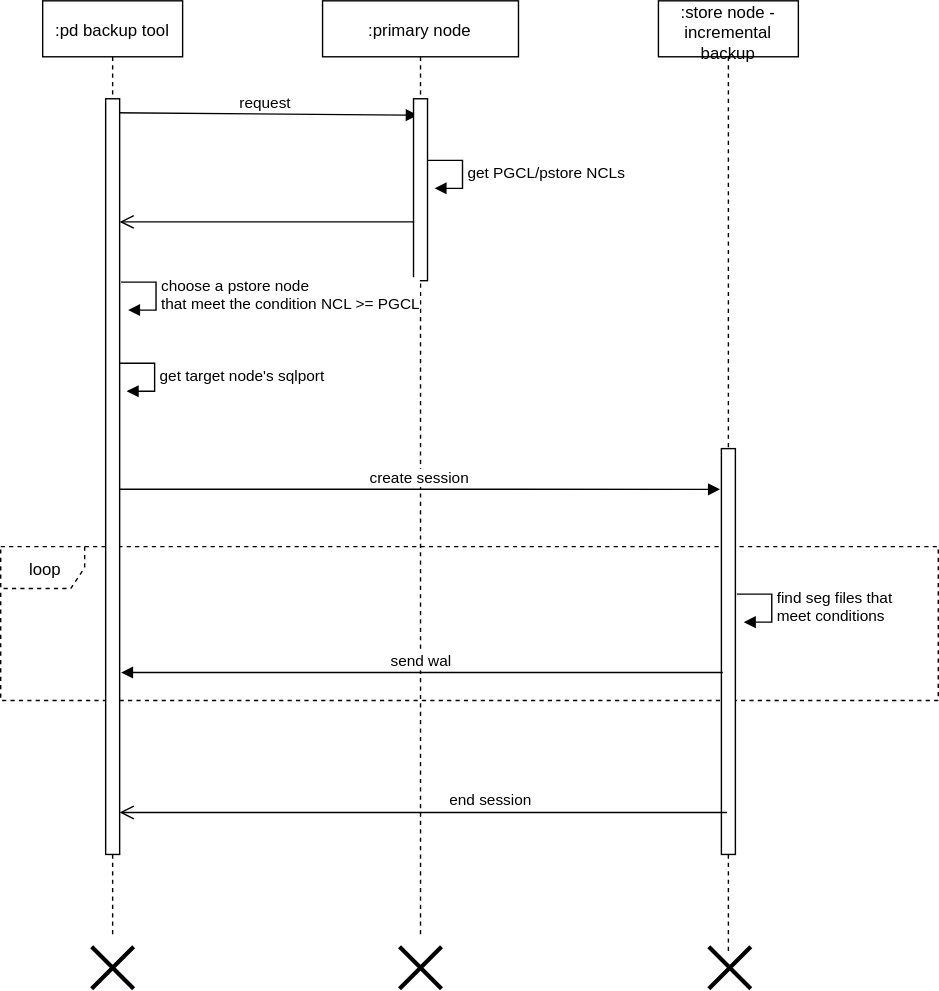
This is attachments/1648606565569.drawio.svg from simbahebinbo/smallfat.github.io, a draw.io export, as it was before one commit. Source tidied: cells renumbered, new cells last; positions are measured from the earlier drawing's top-left corner, leaving out a move shared by most shapes.
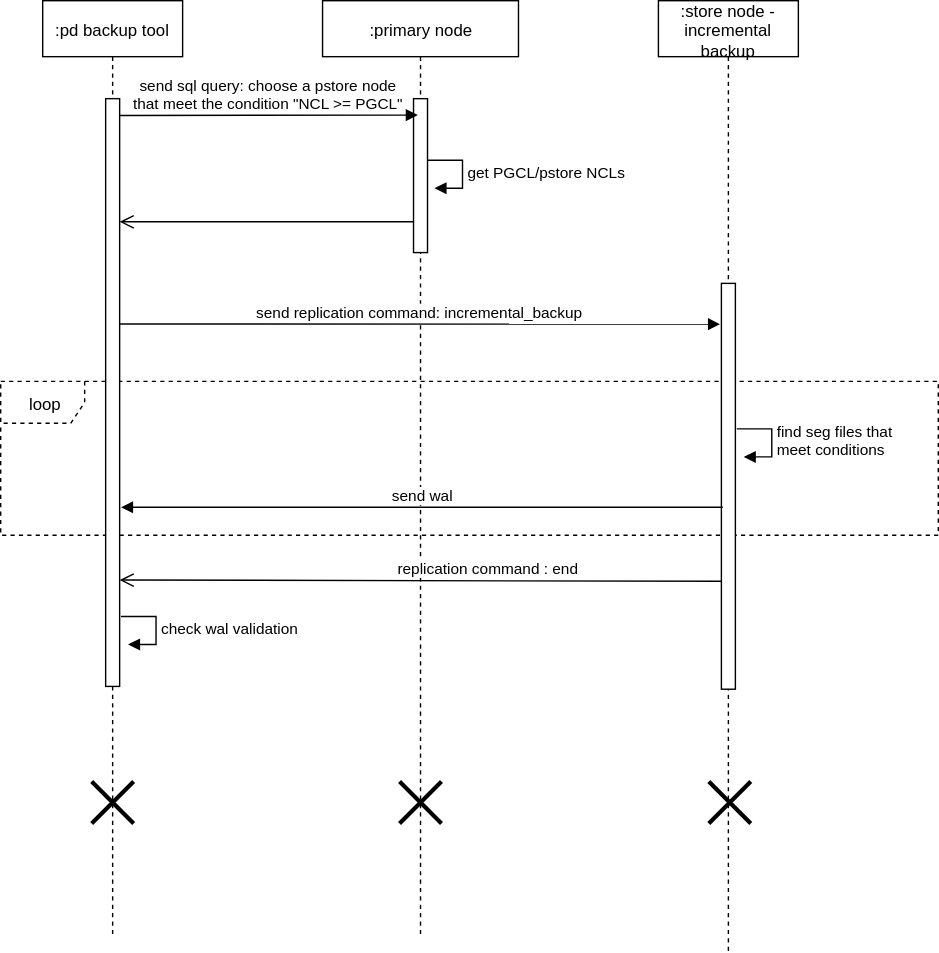
The same diagram one commit later.

Commit message:
添加附件 : attachments/1648606565569.drawio.svg

Change to the diagram source:
```diff
@@ -3,21 +3,16 @@
     <mxCell id="0" />
     <mxCell id="1" parent="0" />
     <mxCell id="2" value="loop" style="shape=umlFrame;whiteSpace=wrap;html=1;dashed=1;" parent="1" vertex="1">
-      <mxGeometry y="390" width="670" height="110" as="geometry" />
+      <mxGeometry y="272" width="670" height="110" as="geometry" />
     </mxCell>
     <mxCell id="3" value=":pd backup tool" style="shape=umlLifeline;perimeter=lifelinePerimeter;whiteSpace=wrap;html=1;" parent="1" vertex="1">
       <mxGeometry x="30" width="100" height="670" as="geometry" />
     </mxCell>
-    <mxCell id="4" value="request" style="html=1;verticalAlign=bottom;endArrow=block;entryX=0.486;entryY=0.122;entryDx=0;entryDy=0;entryPerimeter=0;" parent="3" edge="1" target="7">
-      <mxGeometry relative="1" as="geometry">
-        <mxPoint x="50" y="80" as="sourcePoint" />
-      </mxGeometry>
-    </mxCell>
     <mxCell id="5" style="html=1;perimeter=orthogonalPerimeter;" parent="3" vertex="1">
-      <mxGeometry x="45" y="70" width="10" height="540" as="geometry" />
+      <mxGeometry x="45" y="70" width="10" height="420" as="geometry" />
     </mxCell>
     <mxCell id="6" style="shape=umlDestroy;whiteSpace=wrap;html=1;strokeWidth=3;" parent="3" vertex="1">
-      <mxGeometry x="35" y="676" width="30" height="30" as="geometry" />
+      <mxGeometry x="35" y="558" width="30" height="30" as="geometry" />
     </mxCell>
     <mxCell id="7" value=":primary node" style="html=1;points=[];perimeter=orthogonalPerimeter;shape=umlLifeline;participant=label;fontFamily=Helvetica;fontSize=12;fontColor=#000000;align=center;strokeColor=#000000;fillColor=#ffffff;" parent="1" vertex="1">
       <mxGeometry x="230" width="140" height="670" as="geometry" />
@@ -32,16 +27,16 @@
       </mxGeometry>
     </mxCell>
     <mxCell id="9" style="shape=umlDestroy;whiteSpace=wrap;html=1;strokeWidth=3;" parent="7" vertex="1">
-      <mxGeometry x="55" y="676" width="30" height="30" as="geometry" />
+      <mxGeometry x="55" y="558" width="30" height="30" as="geometry" />
     </mxCell>
     <mxCell id="10" style="html=1;perimeter=orthogonalPerimeter;" parent="7" vertex="1">
-      <mxGeometry x="65" y="70" width="10" height="130" as="geometry" />
+      <mxGeometry x="65" y="70" width="10" height="110" as="geometry" />
     </mxCell>
     <mxCell id="11" value=":store node - incremental backup" style="shape=umlLifeline;perimeter=lifelinePerimeter;whiteSpace=wrap;html=1;" parent="1" vertex="1">
       <mxGeometry x="470" width="100" height="680" as="geometry" />
     </mxCell>
     <mxCell id="12" style="html=1;points=[];perimeter=orthogonalPerimeter;" parent="11" vertex="1">
-      <mxGeometry x="45" y="320" width="10" height="290" as="geometry" />
+      <mxGeometry x="45" y="202" width="10" height="290" as="geometry" />
     </mxCell>
     <mxCell id="13" style="html=1;verticalAlign=bottom;endArrow=open;endSize=8;exitX=0;exitY=0.95;" parent="1" edge="1">
       <mxGeometry relative="1" as="geometry">
@@ -49,51 +44,46 @@
         <mxPoint x="85" y="158" as="targetPoint" />
       </mxGeometry>
     </mxCell>
-    <mxCell id="14" value="create session" style="html=1;verticalAlign=bottom;endArrow=block;entryX=-0.1;entryY=0.076;entryDx=0;entryDy=0;entryPerimeter=0;exitX=1;exitY=0.4;exitDx=0;exitDy=0;exitPerimeter=0;" parent="1" edge="1">
+    <mxCell id="14" value="send replication command: incremental_backup" style="html=1;verticalAlign=bottom;endArrow=block;entryX=-0.1;entryY=0.076;entryDx=0;entryDy=0;entryPerimeter=0;exitX=1;exitY=0.4;exitDx=0;exitDy=0;exitPerimeter=0;" parent="1" edge="1">
       <mxGeometry relative="1" as="geometry">
-        <mxPoint x="85" y="349" as="sourcePoint" />
-        <mxPoint x="514" y="349.1" as="targetPoint" />
+        <mxPoint x="85" y="231" as="sourcePoint" />
+        <mxPoint x="514" y="231.1" as="targetPoint" />
       </mxGeometry>
     </mxCell>
     <mxCell id="15" value="send wal" style="html=1;verticalAlign=bottom;endArrow=block;" parent="1" edge="1">
       <mxGeometry relative="1" as="geometry">
-        <mxPoint x="516" y="480" as="sourcePoint" />
-        <mxPoint x="86" y="480" as="targetPoint" />
+        <mxPoint x="516" y="362" as="sourcePoint" />
+        <mxPoint x="86" y="362" as="targetPoint" />
       </mxGeometry>
     </mxCell>
-    <mxCell id="16" value="end session" style="html=1;verticalAlign=bottom;endArrow=open;endSize=8;" parent="1" edge="1">
+    <mxCell id="16" value="replication command : end" style="html=1;verticalAlign=bottom;endArrow=open;endSize=8;exitX=0;exitY=0.734;exitDx=0;exitDy=0;exitPerimeter=0;" parent="1" edge="1" source="12">
       <mxGeometry x="-0.22" y="-1" relative="1" as="geometry">
-        <mxPoint x="519" y="580" as="sourcePoint" />
-        <mxPoint x="85" y="580" as="targetPoint" />
+        <mxPoint x="85" y="414" as="targetPoint" />
       </mxGeometry>
     </mxCell>
     <mxCell id="17" style="shape=umlDestroy;whiteSpace=wrap;html=1;strokeWidth=3;" parent="1" vertex="1">
-      <mxGeometry x="506" y="676" width="30" height="30" as="geometry" />
+      <mxGeometry x="506" y="558" width="30" height="30" as="geometry" />
     </mxCell>
-    <mxCell id="18" value="get target node's sqlport" style="edgeStyle=orthogonalEdgeStyle;html=1;align=left;spacingLeft=2;endArrow=block;rounded=0;entryX=1;entryY=0;" parent="1" edge="1">
-      <mxGeometry relative="1" as="geometry">
-        <mxPoint x="85" y="259" as="sourcePoint" />
-        <mxPoint x="90" y="279" as="targetPoint" />
-        <Array as="points">
-          <mxPoint x="110" y="259" />
-        </Array>
-      </mxGeometry>
-    </mxCell>
     <mxCell id="19" value="find seg files that &lt;br&gt;meet conditions" style="edgeStyle=orthogonalEdgeStyle;html=1;align=left;spacingLeft=2;endArrow=block;rounded=0;entryX=1;entryY=0;" parent="1" edge="1">
       <mxGeometry relative="1" as="geometry">
-        <mxPoint x="526" y="424" as="sourcePoint" />
-        <mxPoint x="531" y="444" as="targetPoint" />
+        <mxPoint x="526" y="306" as="sourcePoint" />
+        <mxPoint x="531" y="326" as="targetPoint" />
         <Array as="points">
-          <mxPoint x="551" y="424" />
+          <mxPoint x="551" y="306" />
         </Array>
       </mxGeometry>
     </mxCell>
+    <mxCell id="4" value="send sql query:&amp;nbsp;&lt;span style=&quot;text-align: left&quot;&gt;choose a pstore node&lt;/span&gt;&lt;br style=&quot;text-align: left&quot;&gt;&lt;span style=&quot;text-align: left&quot;&gt;that meet the condition &quot;NCL &amp;gt;= PGCL&lt;/span&gt;&quot;" style="html=1;verticalAlign=bottom;endArrow=block;entryX=0.486;entryY=0.122;entryDx=0;entryDy=0;entryPerimeter=0;" parent="1" edge="1" target="7">
+      <mxGeometry relative="1" as="geometry">
+        <mxPoint x="85" y="82" as="sourcePoint" />
+      </mxGeometry>
+    </mxCell>
-    <mxCell id="20" value="choose a pstore node &lt;br&gt;that meet the condition NCL &amp;gt;= PGCL" style="edgeStyle=orthogonalEdgeStyle;html=1;align=left;spacingLeft=2;endArrow=block;rounded=0;entryX=1;entryY=0;" parent="1" edge="1">
+    <mxCell id="20" value="check wal validation" style="edgeStyle=orthogonalEdgeStyle;html=1;align=left;spacingLeft=2;endArrow=block;rounded=0;entryX=1;entryY=0;" parent="1" edge="1">
       <mxGeometry relative="1" as="geometry">
-        <mxPoint x="86" y="201" as="sourcePoint" />
-        <mxPoint x="91" y="221" as="targetPoint" />
+        <mxPoint x="86" y="440" as="sourcePoint" />
+        <mxPoint x="91" y="460" as="targetPoint" />
         <Array as="points">
-          <mxPoint x="111" y="201" />
+          <mxPoint x="111" y="440" />
         </Array>
       </mxGeometry>
     </mxCell>
```
